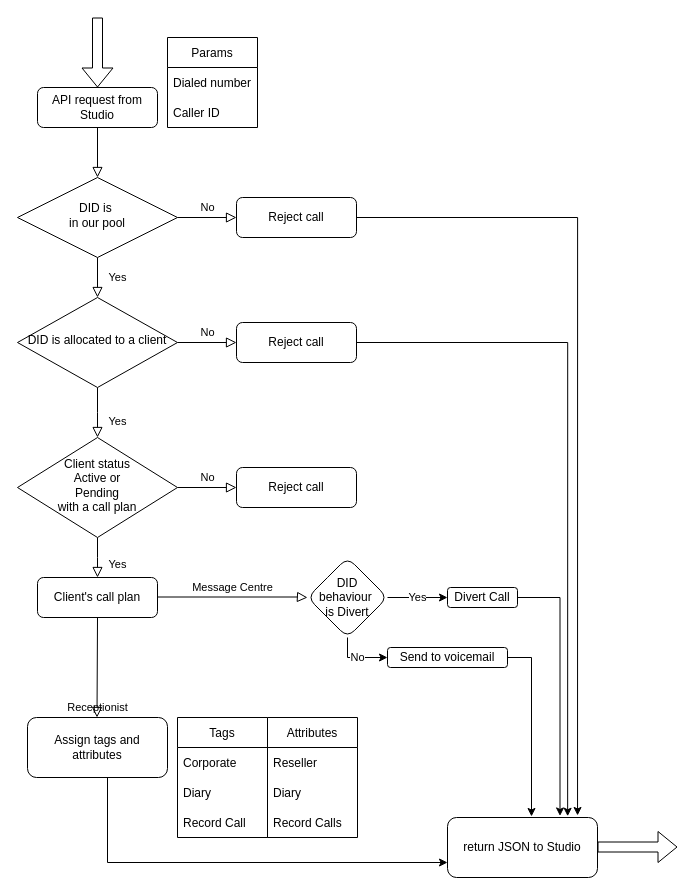
The draw.io diagram Untitled Diagram.drawio in Ash-v-G/Ash-v-G.github.io, before the edit. Source tidied: cells renumbered, new cells numbered last; positions are measured from the earlier drawing's top-left corner, leaving out a move shared by most shapes. Both pictures are drawn from the tidied source at 100%, with x=0, y=0 at pixel (17, 17).
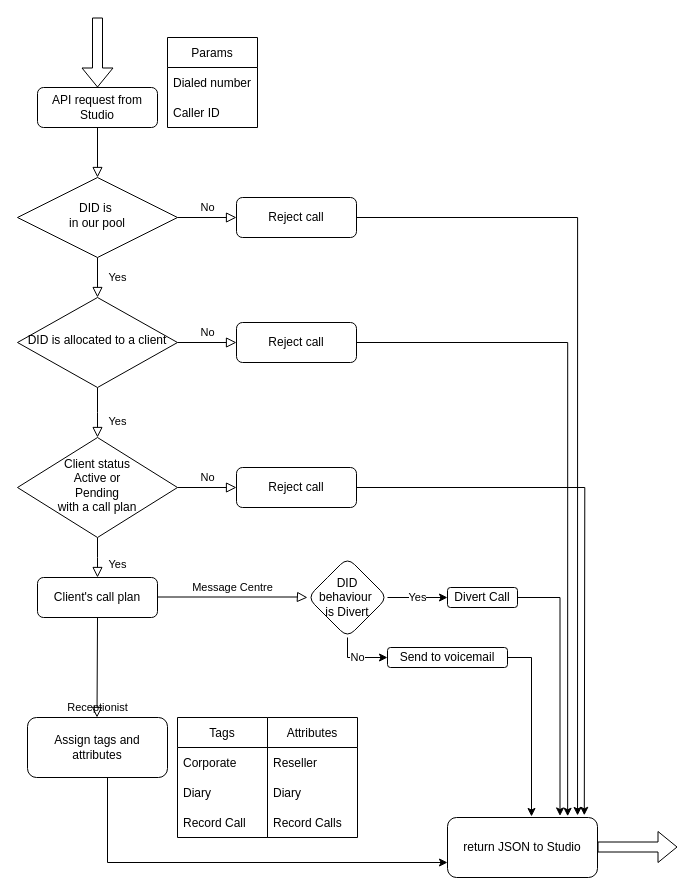
Above is the later version.

Commit message:
call handling API.drawio

The change refers to these unchanged cells:
```xml
<mxCell id="17" value="Reject call" style="rounded=1;whiteSpace=wrap;html=1;fontSize=12;glass=0;strokeWidth=1;shadow=0;" parent="1" vertex="1">
  <mxGeometry x="219" y="450" width="120" height="40" as="geometry" />
</mxCell>
```

What changed in the source:
```diff
@@
+    <mxCell id="44" style="edgeStyle=orthogonalEdgeStyle;rounded=0;jettySize=auto;html=1;" parent="1" edge="1" source="17">
+      <mxGeometry relative="1" as="geometry">
+        <mxPoint x="566.8" y="797.8" as="targetPoint" />
+      </mxGeometry>
+    </mxCell>
```
